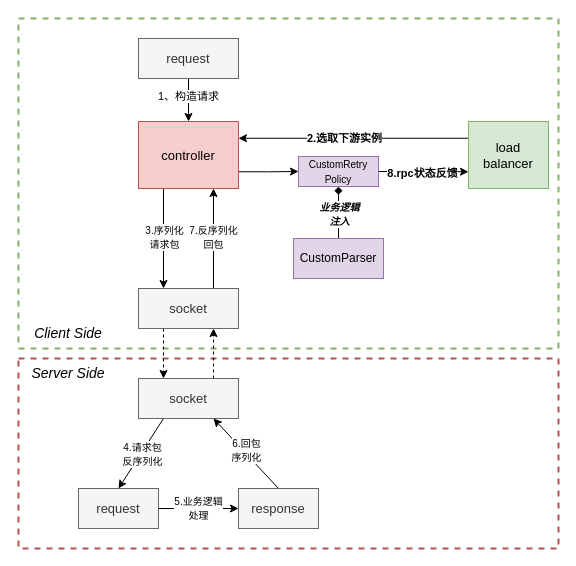
Above: page "第 1 页" (1 of 2) of laplus.drawio in yantao006/draw_io (draw.io), before the change. Source tidied: cells renumbered, new cells numbered last; positions are measured from the earlier drawing's top-left corner, leaving out a move shared by most shapes. Both pictures are drawn from the tidied source at 100%, with x=0, y=0 at pixel (18, 18).
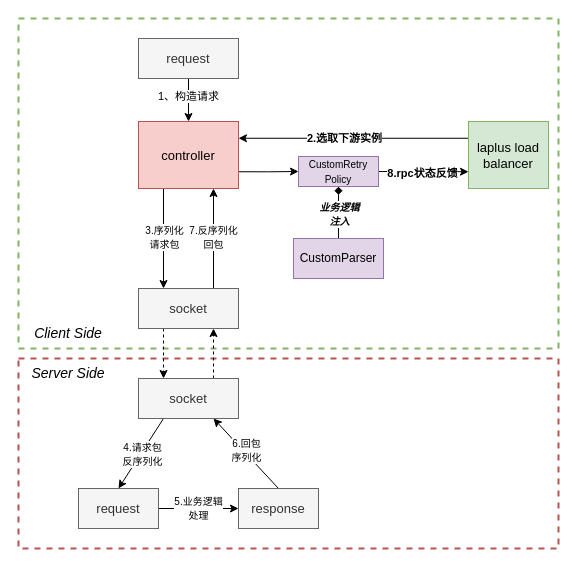
After the change.

Diff of the diagram source:
```diff
@@
-    <mxCell id="22" value="&lt;span style=&quot;font-size: 13px;&quot;&gt;load&lt;br&gt;balancer&lt;br&gt;&lt;/span&gt;" style="rounded=0;whiteSpace=wrap;html=1;fillColor=#d5e8d4;strokeColor=#82b366;" parent="1" vertex="1">
+    <mxCell id="22" value="&lt;span style=&quot;font-size: 13px;&quot;&gt;laplus load&lt;br&gt;balancer&lt;br&gt;&lt;/span&gt;" style="rounded=0;whiteSpace=wrap;html=1;fillColor=#d5e8d4;strokeColor=#82b366;" parent="1" vertex="1">
       <mxGeometry x="450" y="103" width="80" height="67" as="geometry" />
     </mxCell>
```
